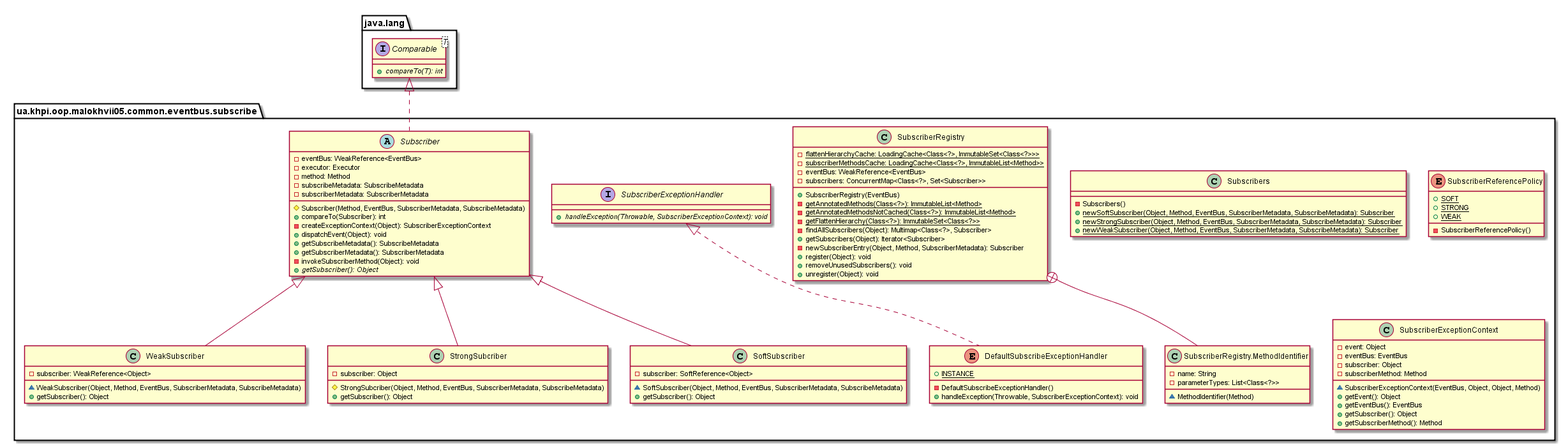
This is malokhvii-eduard/malokhvii05/doc/plantuml/png/ua.khpi.oop.malokhvii05.common.eventbus.subscribe.package.png from P-Kalin/kit26a, a PlantUML export, as it was before one commit.
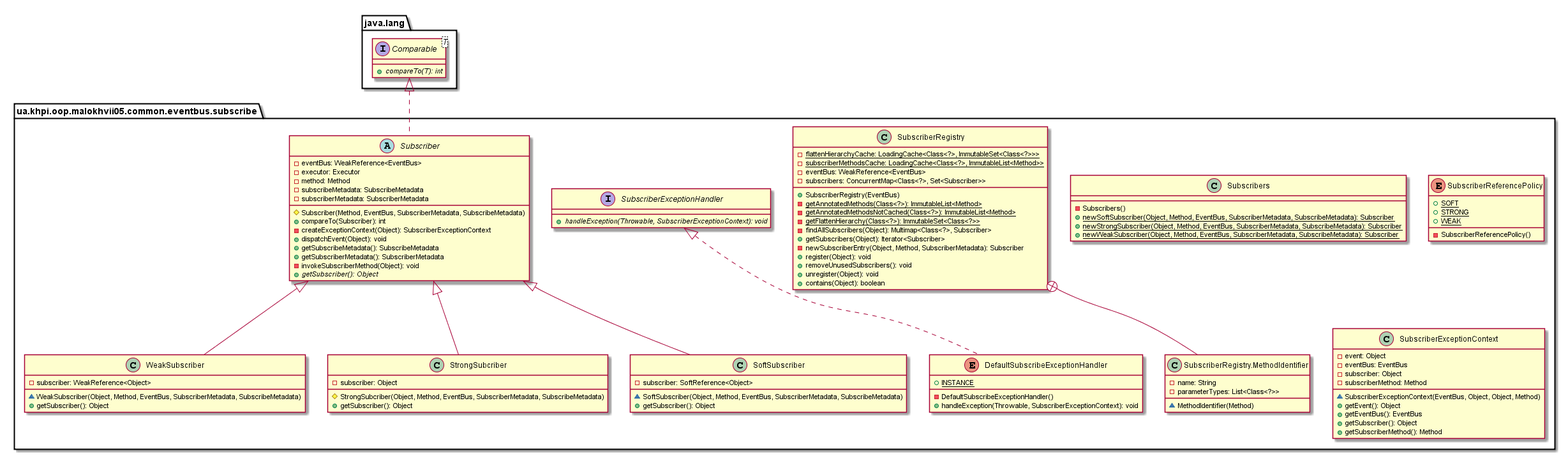
The same file after the commit.

What changed in the source:
```diff
@@ -30,6 +30,7 @@
             +register(Object): void
             +removeUnusedSubscribers(): void
             +unregister(Object): void
+            +contains(Object): boolean
         }
 
         class ua.khpi.oop.malokhvii05.common.eventbus.subscribe.SubscriberRegistry.MethodIdentifier {
```
